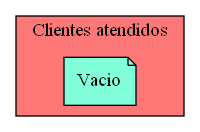
Earlier version of the Graphviz export Simple_Clients_Served.png (Serch-ING/EDD_UDRAWING_202000119). Its source is kept beside it as Simple_Clients_Served.dot.
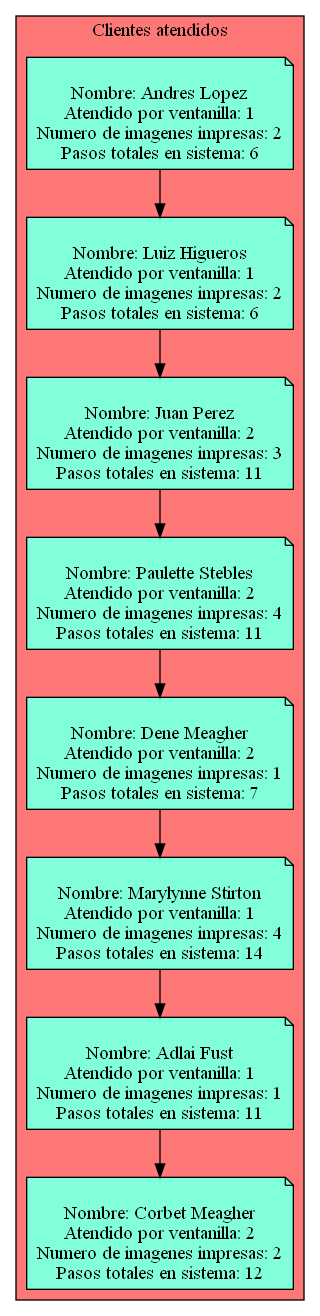
After the change.

Diff of the diagram source:
```diff
@@ -3,6 +3,51 @@
 subgraph cluster_p{
     label= " Clientes atendidos "
     bgcolor = "#FF7878"
-Nodo1008925772[label="Vacio",fillcolor="#81FFDA"]
-
+Nodo957465255[label="
+Nombre: Andres Lopez
+Atendido por ventanilla: 1
+Numero de imagenes impresas: 2
+Pasos totales en sistema: 6",fillcolor="#81FFDA"]
+Nodo482082765[label="
+Nombre: Luiz Higueros
+Atendido por ventanilla: 1
+Numero de imagenes impresas: 2
+Pasos totales en sistema: 6",fillcolor="#81FFDA"]
+Nodo384587033[label="
+Nombre: Juan Perez
+Atendido por ventanilla: 2
+Numero de imagenes impresas: 3
+Pasos totales en sistema: 11",fillcolor="#81FFDA"]
+Nodo858952163[label="
+Nombre: Paulette Stebles
+Atendido por ventanilla: 2
+Numero de imagenes impresas: 4
+Pasos totales en sistema: 11",fillcolor="#81FFDA"]
+Nodo1076607567[label="
+Nombre: Dene Meagher
+Atendido por ventanilla: 2
+Numero de imagenes impresas: 1
+Pasos totales en sistema: 7",fillcolor="#81FFDA"]
+Nodo1820383114[label="
+Nombre: Marylynne Stirton
+Atendido por ventanilla: 1
+Numero de imagenes impresas: 4
+Pasos totales en sistema: 14",fillcolor="#81FFDA"]
+Nodo1961173763[label="
+Nombre: Adlai Fust
+Atendido por ventanilla: 1
+Numero de imagenes impresas: 1
+Pasos totales en sistema: 11",fillcolor="#81FFDA"]
+Nodo1156304131[label="
+Nombre: Corbet Meagher
+Atendido por ventanilla: 2
+Numero de imagenes impresas: 2
+Pasos totales en sistema: 12",fillcolor="#81FFDA"]
+Nodo957465255 -> Nodo482082765
+Nodo482082765 -> Nodo384587033
+Nodo384587033 -> Nodo858952163
+Nodo858952163 -> Nodo1076607567
+Nodo1076607567 -> Nodo1820383114
+Nodo1820383114 -> Nodo1961173763
+Nodo1961173763 -> Nodo1156304131
 }}
```
